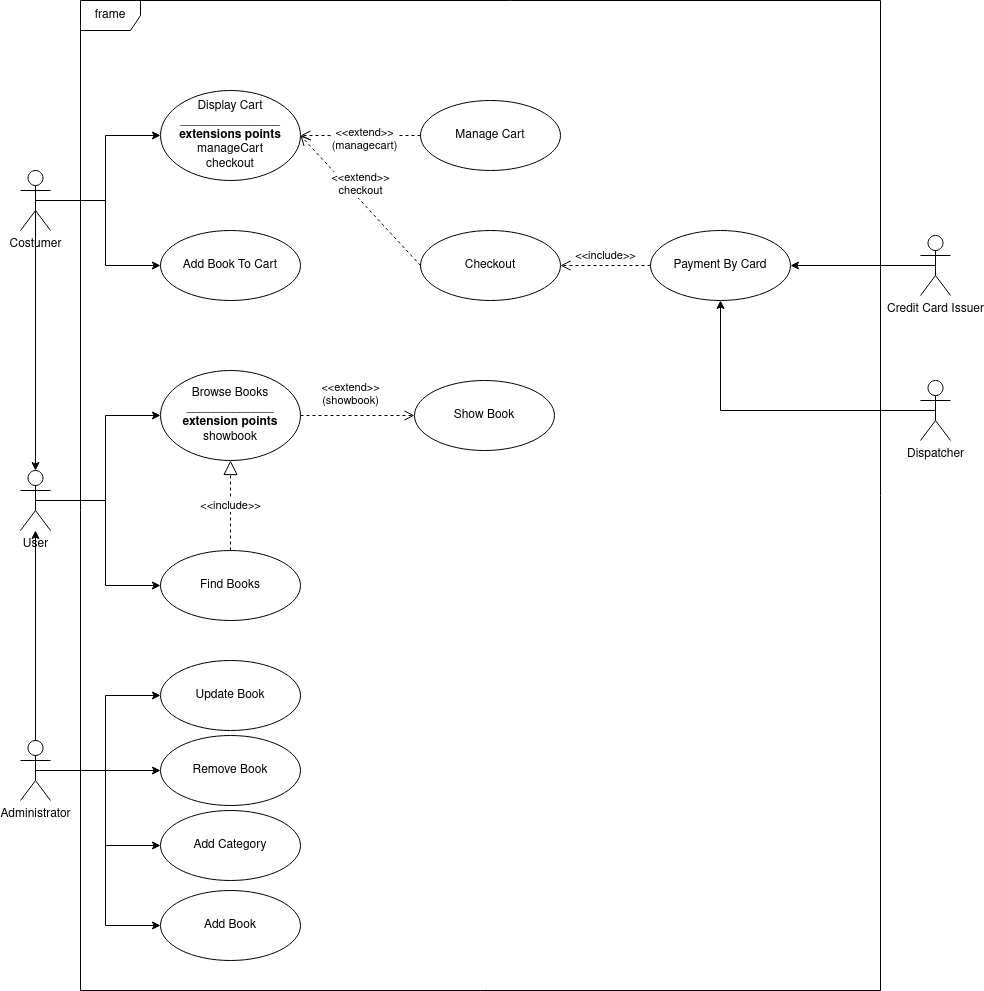
Above: models/usecase_book.png in umb-hub/BookStore (draw.io), before the change. Source tidied: cells renumbered, new cells last; positions are measured from the earlier drawing's top-left corner, leaving out a move shared by most shapes. The source it was exported from:
```xml
<mxGraphModel>
  <root>
    <mxCell id="0" />
    <mxCell id="1" parent="0" />
    <mxCell id="2" value="frame" style="shape=umlFrame;whiteSpace=wrap;html=1;" parent="1" vertex="1">
      <mxGeometry x="60" width="800" height="990" as="geometry" />
    </mxCell>
    <mxCell id="3" style="edgeStyle=orthogonalEdgeStyle;rounded=0;jettySize=auto;html=1;exitX=0.5;exitY=0.5;exitDx=0;exitDy=0;exitPerimeter=0;entryX=0;entryY=0.5;entryDx=0;entryDy=0;" parent="1" edge="1" source="5" target="6">
      <mxGeometry relative="1" as="geometry" />
    </mxCell>
    <mxCell id="4" style="edgeStyle=orthogonalEdgeStyle;rounded=0;jettySize=auto;html=1;exitX=0.5;exitY=0.5;exitDx=0;exitDy=0;exitPerimeter=0;entryX=0;entryY=0.5;entryDx=0;entryDy=0;" parent="1" edge="1" source="5" target="7">
      <mxGeometry relative="1" as="geometry" />
    </mxCell>
    <mxCell id="5" value="User" style="shape=umlActor;verticalLabelPosition=bottom;verticalAlign=top;html=1;" parent="1" vertex="1">
      <mxGeometry y="470" width="30" height="60" as="geometry" />
    </mxCell>
    <mxCell id="6" value="&lt;div&gt;Browse Books&lt;/div&gt;&lt;div&gt;_____________&lt;/div&gt;&lt;div&gt;&lt;b&gt;extension points&lt;/b&gt;&lt;/div&gt;&lt;div&gt;showbook&lt;br&gt;&lt;/div&gt;" style="ellipse;whiteSpace=wrap;html=1;" parent="1" vertex="1">
      <mxGeometry x="140" y="370" width="140" height="90" as="geometry" />
    </mxCell>
    <mxCell id="7" value="Find Books" style="ellipse;whiteSpace=wrap;html=1;" parent="1" vertex="1">
      <mxGeometry x="140" y="550" width="140" height="70" as="geometry" />
    </mxCell>
    <mxCell id="8" value="&amp;lt;&amp;lt;include&amp;gt;&amp;gt;" style="endArrow=block;dashed=1;endFill=0;endSize=12;html=1;entryX=0.5;entryY=1;entryDx=0;entryDy=0;exitX=0.5;exitY=0;exitDx=0;exitDy=0;" parent="1" edge="1" source="7" target="6">
      <mxGeometry relative="1" as="geometry" />
    </mxCell>
    <mxCell id="9" style="edgeStyle=orthogonalEdgeStyle;rounded=0;jettySize=auto;html=1;exitX=0.5;exitY=0.5;exitDx=0;exitDy=0;exitPerimeter=0;entryX=0;entryY=0.5;entryDx=0;entryDy=0;" parent="1" edge="1" source="14" target="15">
      <mxGeometry relative="1" as="geometry" />
    </mxCell>
    <mxCell id="10" style="edgeStyle=orthogonalEdgeStyle;rounded=0;jettySize=auto;html=1;exitX=0.5;exitY=0.5;exitDx=0;exitDy=0;exitPerimeter=0;entryX=0;entryY=0.5;entryDx=0;entryDy=0;" parent="1" edge="1" source="14" target="16">
      <mxGeometry relative="1" as="geometry" />
    </mxCell>
    <mxCell id="11" style="edgeStyle=orthogonalEdgeStyle;rounded=0;jettySize=auto;html=1;exitX=0.5;exitY=0.5;exitDx=0;exitDy=0;exitPerimeter=0;" parent="1" edge="1" source="14" target="5">
      <mxGeometry relative="1" as="geometry" />
    </mxCell>
    <mxCell id="12" style="edgeStyle=orthogonalEdgeStyle;rounded=0;jettySize=auto;html=1;exitX=0.5;exitY=0.5;exitDx=0;exitDy=0;exitPerimeter=0;entryX=0;entryY=0.5;entryDx=0;entryDy=0;" parent="1" edge="1" source="14" target="33">
      <mxGeometry relative="1" as="geometry" />
    </mxCell>
    <mxCell id="13" style="edgeStyle=orthogonalEdgeStyle;rounded=0;jettySize=auto;html=1;exitX=0.5;exitY=0.5;exitDx=0;exitDy=0;exitPerimeter=0;entryX=0;entryY=0.5;entryDx=0;entryDy=0;" parent="1" edge="1" source="14" target="34">
      <mxGeometry relative="1" as="geometry" />
    </mxCell>
    <mxCell id="14" value="Administrator" style="shape=umlActor;verticalLabelPosition=bottom;verticalAlign=top;html=1;" parent="1" vertex="1">
      <mxGeometry y="740" width="30" height="60" as="geometry" />
    </mxCell>
    <mxCell id="15" value="Add Book" style="ellipse;whiteSpace=wrap;html=1;" parent="1" vertex="1">
      <mxGeometry x="140" y="890" width="140" height="70" as="geometry" />
    </mxCell>
    <mxCell id="16" value="Add Category" style="ellipse;whiteSpace=wrap;html=1;" parent="1" vertex="1">
      <mxGeometry x="140" y="810" width="140" height="70" as="geometry" />
    </mxCell>
    <mxCell id="17" style="edgeStyle=orthogonalEdgeStyle;rounded=0;jettySize=auto;html=1;exitX=0.5;exitY=0.5;exitDx=0;exitDy=0;exitPerimeter=0;entryX=0;entryY=0.5;entryDx=0;entryDy=0;" parent="1" edge="1" source="20" target="21">
      <mxGeometry relative="1" as="geometry" />
    </mxCell>
    <mxCell id="18" style="edgeStyle=orthogonalEdgeStyle;rounded=0;jettySize=auto;html=1;exitX=0.5;exitY=0.5;exitDx=0;exitDy=0;exitPerimeter=0;entryX=0;entryY=0.5;entryDx=0;entryDy=0;" parent="1" edge="1" source="20" target="23">
      <mxGeometry relative="1" as="geometry" />
    </mxCell>
    <mxCell id="19" style="edgeStyle=orthogonalEdgeStyle;rounded=0;jettySize=auto;html=1;exitX=0.5;exitY=0.5;exitDx=0;exitDy=0;exitPerimeter=0;entryX=0.5;entryY=0;entryDx=0;entryDy=0;entryPerimeter=0;" parent="1" edge="1" source="20" target="5">
      <mxGeometry relative="1" as="geometry" />
    </mxCell>
    <mxCell id="20" value="Costumer" style="shape=umlActor;verticalLabelPosition=bottom;verticalAlign=top;html=1;" parent="1" vertex="1">
      <mxGeometry y="170" width="30" height="60" as="geometry" />
    </mxCell>
    <mxCell id="21" value="Add Book To Cart" style="ellipse;whiteSpace=wrap;html=1;" parent="1" vertex="1">
      <mxGeometry x="140" y="230" width="140" height="70" as="geometry" />
    </mxCell>
    <mxCell id="22" value="Manage Cart" style="ellipse;whiteSpace=wrap;html=1;" parent="1" vertex="1">
      <mxGeometry x="400" y="100" width="140" height="70" as="geometry" />
    </mxCell>
    <mxCell id="23" value="&lt;div&gt;Display Cart&lt;/div&gt;&lt;div&gt;_______________&lt;/div&gt;&lt;div&gt;&lt;b&gt;extensions points&lt;/b&gt;&lt;/div&gt;&lt;div&gt;manageCart&lt;/div&gt;&lt;div&gt;checkout&lt;br&gt;&lt;/div&gt;" style="ellipse;whiteSpace=wrap;html=1;" parent="1" vertex="1">
      <mxGeometry x="140" y="90" width="140" height="90" as="geometry" />
    </mxCell>
    <mxCell id="24" value="&lt;div&gt;Checkout&lt;/div&gt;" style="ellipse;whiteSpace=wrap;html=1;" parent="1" vertex="1">
      <mxGeometry x="400" y="230" width="140" height="70" as="geometry" />
    </mxCell>
    <mxCell id="25" value="&lt;div&gt;&amp;lt;&amp;lt;extend&amp;gt;&amp;gt;&lt;/div&gt;&lt;div&gt;(managecart)&lt;br&gt;&lt;/div&gt;" style="html=1;verticalAlign=bottom;endArrow=open;dashed=1;endSize=8;entryX=1;entryY=0.5;entryDx=0;entryDy=0;exitX=0;exitY=0.5;exitDx=0;exitDy=0;" parent="1" edge="1" source="22" target="23">
      <mxGeometry x="-0.07" y="21" relative="1" as="geometry">
        <mxPoint y="-1" as="offset" />
      </mxGeometry>
    </mxCell>
    <mxCell id="26" value="&lt;div&gt;&amp;lt;&amp;lt;extend&amp;gt;&amp;gt;&lt;/div&gt;checkout" style="html=1;verticalAlign=bottom;endArrow=open;dashed=1;endSize=8;entryX=1;entryY=0.5;entryDx=0;entryDy=0;exitX=0;exitY=0.5;exitDx=0;exitDy=0;" parent="1" edge="1" source="24" target="23">
      <mxGeometry relative="1" as="geometry" />
    </mxCell>
    <mxCell id="27" value="Payment By Card" style="ellipse;whiteSpace=wrap;html=1;" parent="1" vertex="1">
      <mxGeometry x="630" y="230" width="140" height="70" as="geometry" />
    </mxCell>
    <mxCell id="28" value="&lt;div&gt;&amp;lt;&amp;lt;include&amp;gt;&amp;gt;&lt;/div&gt;" style="html=1;verticalAlign=bottom;endArrow=open;dashed=1;endSize=8;entryX=1;entryY=0.5;entryDx=0;entryDy=0;exitX=0;exitY=0.5;exitDx=0;exitDy=0;" parent="1" edge="1" source="27" target="24">
      <mxGeometry relative="1" as="geometry" />
    </mxCell>
    <mxCell id="29" style="edgeStyle=orthogonalEdgeStyle;rounded=0;jettySize=auto;html=1;exitX=0.5;exitY=0.5;exitDx=0;exitDy=0;exitPerimeter=0;entryX=1;entryY=0.5;entryDx=0;entryDy=0;" parent="1" edge="1" source="30" target="27">
      <mxGeometry relative="1" as="geometry" />
    </mxCell>
    <mxCell id="30" value="Credit Card Issuer" style="shape=umlActor;verticalLabelPosition=bottom;verticalAlign=top;html=1;" parent="1" vertex="1">
      <mxGeometry x="900" y="235" width="30" height="60" as="geometry" />
    </mxCell>
    <mxCell id="31" value="&lt;div&gt;Show Book&lt;/div&gt;" style="ellipse;whiteSpace=wrap;html=1;" parent="1" vertex="1">
      <mxGeometry x="394" y="380" width="140" height="70" as="geometry" />
    </mxCell>
    <mxCell id="32" value="&lt;div&gt;&amp;lt;&amp;lt;extend&amp;gt;&amp;gt;&lt;/div&gt;&lt;div&gt;(showbook)&lt;br&gt;&lt;/div&gt;" style="html=1;verticalAlign=bottom;endArrow=open;dashed=1;endSize=8;entryX=0;entryY=0.5;entryDx=0;entryDy=0;exitX=1;exitY=0.5;exitDx=0;exitDy=0;" parent="1" edge="1" source="6" target="31">
      <mxGeometry x="-0.12" y="5" relative="1" as="geometry" />
    </mxCell>
    <mxCell id="33" value="Remove Book" style="ellipse;whiteSpace=wrap;html=1;" parent="1" vertex="1">
      <mxGeometry x="140" y="735" width="140" height="70" as="geometry" />
    </mxCell>
    <mxCell id="34" value="Update Book" style="ellipse;whiteSpace=wrap;html=1;" parent="1" vertex="1">
      <mxGeometry x="140" y="660" width="140" height="70" as="geometry" />
    </mxCell>
    <mxCell id="35" style="edgeStyle=orthogonalEdgeStyle;rounded=0;jettySize=auto;html=1;exitX=0.5;exitY=0.5;exitDx=0;exitDy=0;exitPerimeter=0;entryX=0.5;entryY=1;entryDx=0;entryDy=0;" parent="1" edge="1" source="36" target="27">
      <mxGeometry relative="1" as="geometry" />
    </mxCell>
    <mxCell id="36" value="Dispatcher" style="shape=umlActor;verticalLabelPosition=bottom;verticalAlign=top;html=1;outlineConnect=0;" parent="1" vertex="1">
      <mxGeometry x="900" y="380" width="30" height="60" as="geometry" />
    </mxCell>
  </root>
</mxGraphModel>
```
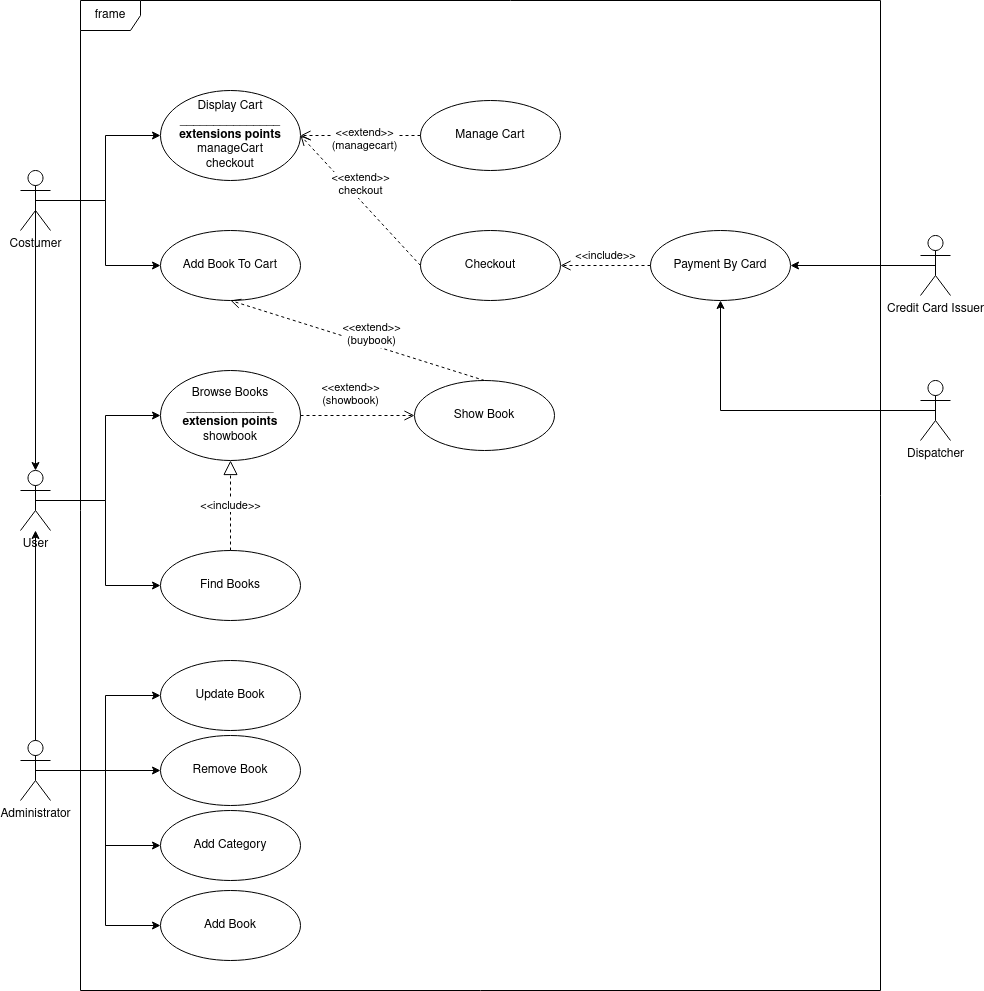
After the change.

The edit, as a diff of the source:
```diff
@@ -109,5 +109,8 @@
     <mxCell id="36" value="Dispatcher" style="shape=umlActor;verticalLabelPosition=bottom;verticalAlign=top;html=1;outlineConnect=0;" parent="1" vertex="1">
       <mxGeometry x="900" y="380" width="30" height="60" as="geometry" />
     </mxCell>
+    <mxCell id="37" value="&lt;div&gt;&amp;lt;&amp;lt;extend&amp;gt;&amp;gt;&lt;/div&gt;&lt;div&gt;(buybook)&lt;br&gt;&lt;/div&gt;" style="html=1;verticalAlign=bottom;endArrow=open;dashed=1;endSize=8;entryX=0.5;entryY=1;entryDx=0;entryDy=0;exitX=0.5;exitY=0;exitDx=0;exitDy=0;" parent="1" edge="1" source="31" target="21">
+      <mxGeometry x="-0.12" y="5" relative="1" as="geometry" />
+    </mxCell>
   </root>
 </mxGraphModel>
```
